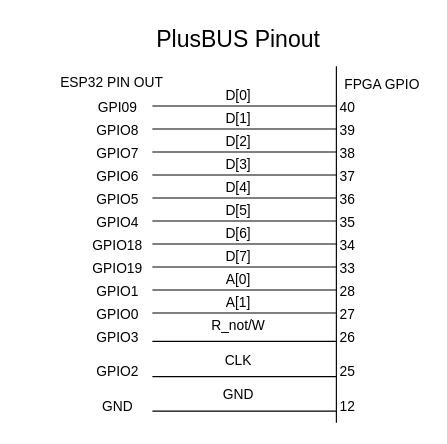
Earlier version of the draw.io diagram figures/prototype/plusbus/plus_bus_pinout.drawio (Niclasapdk/ESD3_project). Source tidied: cells renumbered, new cells numbered last; positions are measured from the earlier drawing's top-left corner, leaving out a move shared by most shapes. Both pictures are drawn from the tidied source at 115%, with x=0, y=0 at pixel (20, 20).
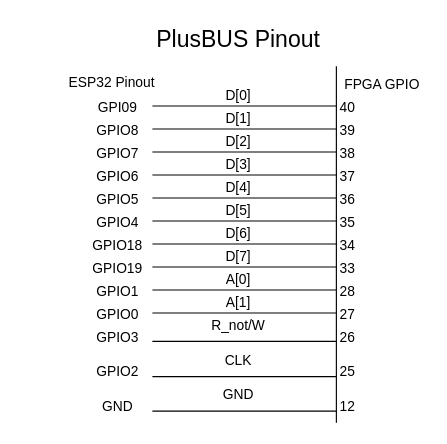
The same diagram, later.

Diff of the diagram source:
```diff
@@
-    <mxCell id="55" value="&lt;div&gt;ESP32 PIN OUT&lt;/div&gt;" style="text;html=1;strokeColor=none;fillColor=none;align=center;verticalAlign=middle;whiteSpace=wrap;rounded=0;" parent="1" vertex="1">
+    <mxCell id="55" value="&lt;div&gt;ESP32 Pinout&lt;/div&gt;" style="text;html=1;strokeColor=none;fillColor=none;align=center;verticalAlign=middle;whiteSpace=wrap;rounded=0;" parent="1" vertex="1">
       <mxGeometry y="40" width="160" height="30" as="geometry" />
     </mxCell>
```
